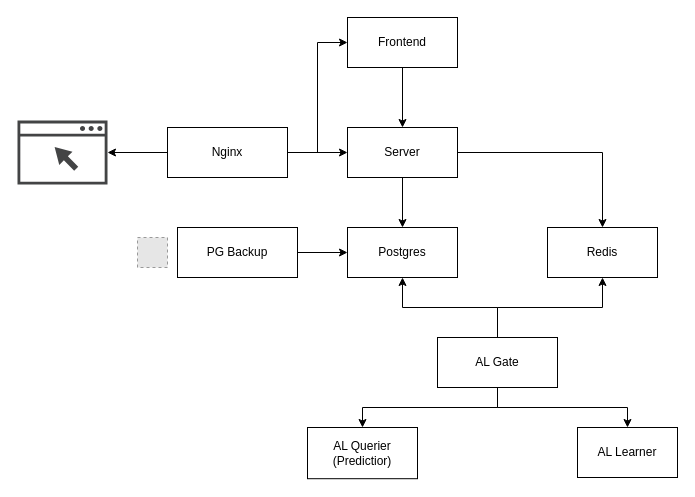
This is services.drawio from jns-br/LabelForward, a draw.io file, before an edit. Source tidied: cells renumbered, new cells numbered last; positions are measured from the earlier drawing's top-left corner, leaving out a move shared by most shapes. Both pictures are drawn from the tidied source at 100%, with x=0, y=0 at pixel (17, 17). Pictures stored in the file or linked from it are replaced by grey dashed boxes.
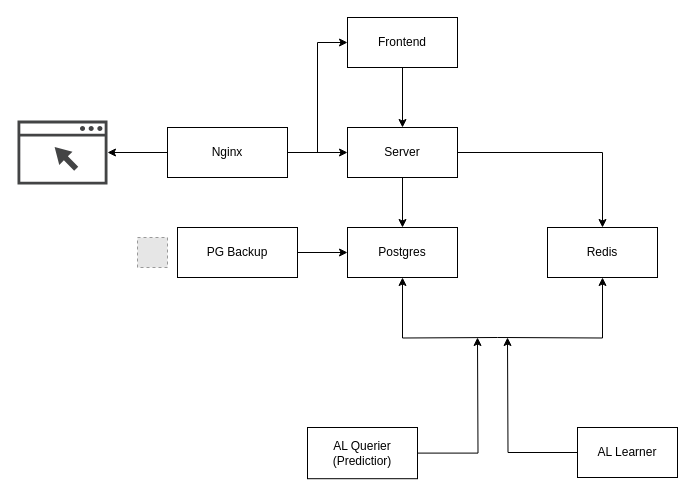
Above is the later version.

The change refers to these unchanged cells:
```xml
<mxCell id="11" value="Postgres" style="rounded=0;whiteSpace=wrap;html=1;" parent="1" vertex="1">
  <mxGeometry x="330" y="210" width="110" height="50" as="geometry" />
</mxCell>
<mxCell id="12" value="&lt;div&gt;Redis&lt;/div&gt;" style="rounded=0;whiteSpace=wrap;html=1;" parent="1" vertex="1">
  <mxGeometry x="530" y="210" width="110" height="50" as="geometry" />
</mxCell>
<mxCell id="17" value="AL Querier (Predictior)" style="rounded=0;whiteSpace=wrap;html=1;" parent="1" vertex="1">
  <mxGeometry x="290" y="410" width="110" height="51.2" as="geometry" />
</mxCell>
<mxCell id="18" value="AL Learner" style="rounded=0;whiteSpace=wrap;html=1;" parent="1" vertex="1">
  <mxGeometry x="560" y="410" width="100" height="50" as="geometry" />
</mxCell>
```

Diff of the diagram source:
```diff
@@
+    <mxCell id="24" style="edgeStyle=orthogonalEdgeStyle;rounded=0;jettySize=auto;html=1;" parent="1" edge="1" source="17">
+      <mxGeometry relative="1" as="geometry">
+        <mxPoint x="460" y="320" as="targetPoint" />
+      </mxGeometry>
+    </mxCell>
@@
+    <mxCell id="25" style="edgeStyle=orthogonalEdgeStyle;rounded=0;jettySize=auto;html=1;" parent="1" edge="1" source="18">
+      <mxGeometry relative="1" as="geometry">
+        <mxPoint x="490" y="320" as="targetPoint" />
+      </mxGeometry>
+    </mxCell>
@@
-    <mxCell id="19" style="edgeStyle=orthogonalEdgeStyle;rounded=0;jettySize=auto;html=1;entryX=0.5;entryY=1;entryDx=0;entryDy=0;" parent="1" edge="1" source="23" target="11">
-      <mxGeometry relative="1" as="geometry" />
+    <mxCell id="19" style="edgeStyle=orthogonalEdgeStyle;rounded=0;jettySize=auto;html=1;entryX=0.5;entryY=1;entryDx=0;entryDy=0;" parent="1" edge="1" target="11">
+      <mxGeometry relative="1" as="geometry">
+        <mxPoint x="480" y="320" as="sourcePoint" />
+      </mxGeometry>
     </mxCell>
-    <mxCell id="20" style="edgeStyle=orthogonalEdgeStyle;rounded=0;jettySize=auto;html=1;entryX=0.5;entryY=1;entryDx=0;entryDy=0;" parent="1" edge="1" source="23" target="12">
-      <mxGeometry relative="1" as="geometry" />
+    <mxCell id="20" style="edgeStyle=orthogonalEdgeStyle;rounded=0;jettySize=auto;html=1;entryX=0.5;entryY=1;entryDx=0;entryDy=0;" parent="1" edge="1" target="12">
+      <mxGeometry relative="1" as="geometry">
+        <mxPoint x="480" y="320" as="sourcePoint" />
+      </mxGeometry>
     </mxCell>
-    <mxCell id="21" style="edgeStyle=orthogonalEdgeStyle;rounded=0;jettySize=auto;html=1;exitX=0.5;exitY=1;exitDx=0;exitDy=0;entryX=0.5;entryY=0;entryDx=0;entryDy=0;" parent="1" edge="1" source="23" target="17">
-      <mxGeometry relative="1" as="geometry">
-        <Array as="points">
-          <mxPoint x="480" y="390" />
-          <mxPoint x="345" y="390" />
-        </Array>
-      </mxGeometry>
-    </mxCell>
-    <mxCell id="22" style="edgeStyle=orthogonalEdgeStyle;rounded=0;jettySize=auto;html=1;" parent="1" edge="1" source="23" target="18">
-      <mxGeometry relative="1" as="geometry">
-        <Array as="points">
-          <mxPoint x="480" y="390" />
-          <mxPoint x="610" y="390" />
-        </Array>
-      </mxGeometry>
-    </mxCell>
-    <mxCell id="23" value="&lt;div&gt;AL Gate&lt;/div&gt;" style="rounded=0;whiteSpace=wrap;html=1;" parent="1" vertex="1">
-      <mxGeometry x="420" y="320" width="120" height="50" as="geometry" />
-    </mxCell>
```
